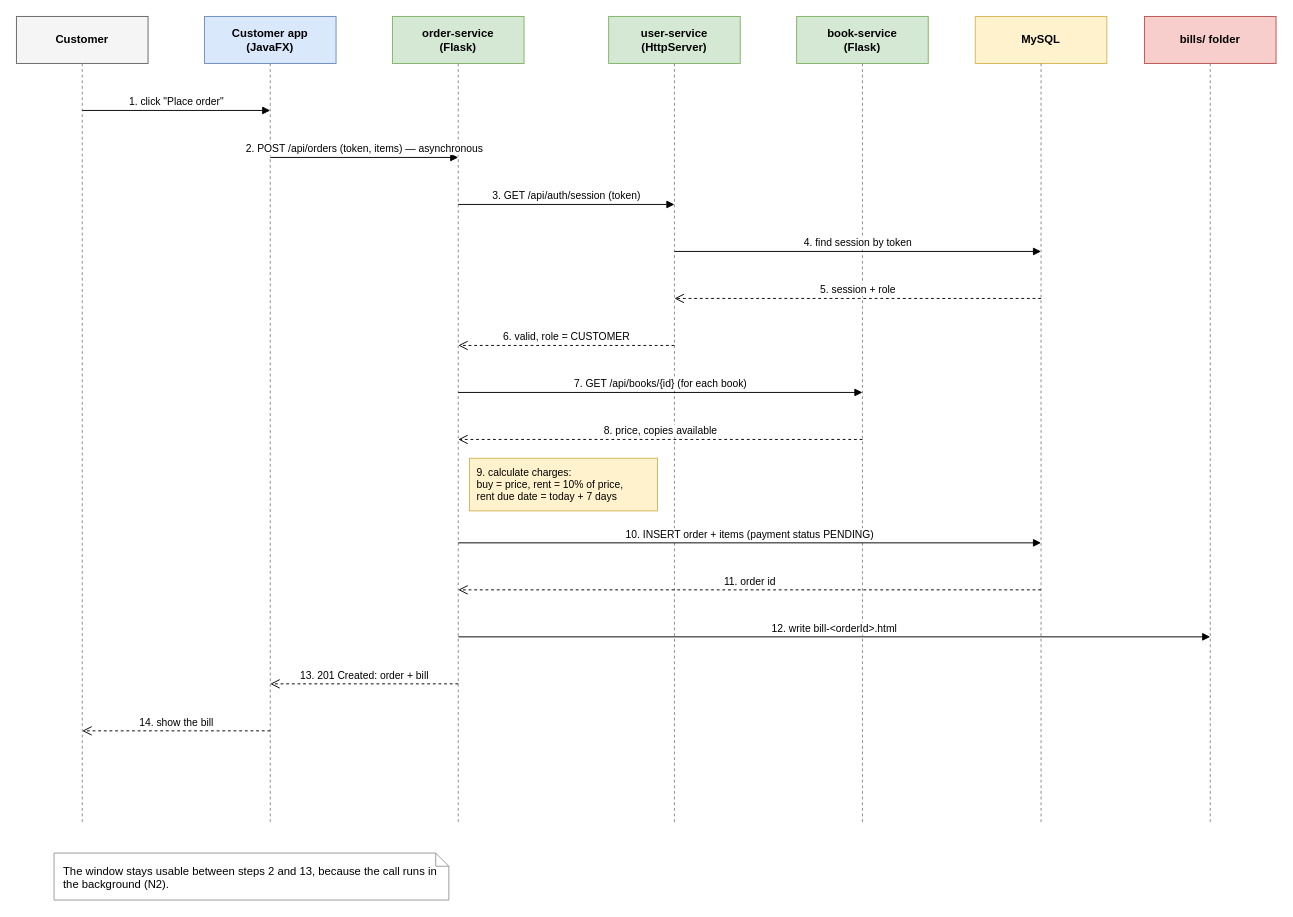
The draw.io diagram docs/02-design/diagrams/sequence-place-order.drawio in KFUPMer/csce310-bookstore, before the edit. Source tidied: cells renumbered, new cells numbered last; positions are measured from the earlier drawing's top-left corner, leaving out a move shared by most shapes. Both pictures are drawn from the tidied source at 94%, with x=0, y=0 at pixel (16, 16).
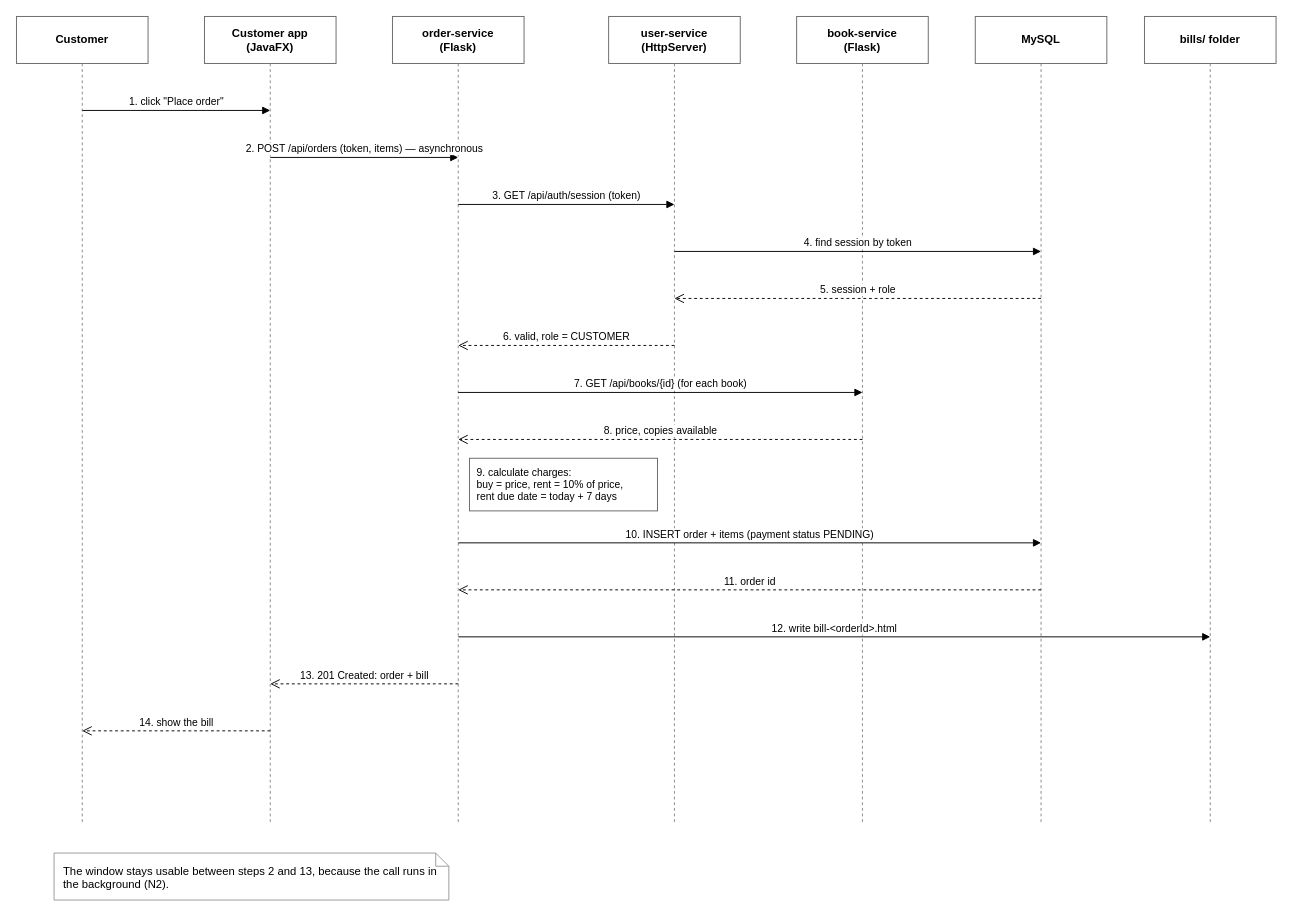
Above is the later version.

The edit, as a diff of the source:
```diff
@@
-    <mxCell id="2" value="Customer" style="rounded=0;whiteSpace=wrap;html=1;fontStyle=1;fontSize=12;fillColor=#f5f5f5;strokeColor=#666666;" parent="1" vertex="1">
+    <mxCell id="2" value="Customer" style="rounded=0;whiteSpace=wrap;html=1;fontStyle=1;fontSize=12;fillColor=#ffffff;strokeColor=#666666;" parent="1" vertex="1">
       <mxGeometry width="140" height="50" as="geometry" />
     </mxCell>
@@
-    <mxCell id="4" value="Customer app&lt;br&gt;(JavaFX)" style="rounded=0;whiteSpace=wrap;html=1;fontStyle=1;fontSize=12;fillColor=#dae8fc;strokeColor=#6c8ebf;" parent="1" vertex="1">
+    <mxCell id="4" value="Customer app&lt;br&gt;(JavaFX)" style="rounded=0;whiteSpace=wrap;html=1;fontStyle=1;fontSize=12;fillColor=#ffffff;strokeColor=#666666;" parent="1" vertex="1">
       <mxGeometry x="200" width="140" height="50" as="geometry" />
     </mxCell>
@@
-    <mxCell id="6" value="order-service&lt;br&gt;(Flask)" style="rounded=0;whiteSpace=wrap;html=1;fontStyle=1;fontSize=12;fillColor=#d5e8d4;strokeColor=#82b366;" parent="1" vertex="1">
+    <mxCell id="6" value="order-service&lt;br&gt;(Flask)" style="rounded=0;whiteSpace=wrap;html=1;fontStyle=1;fontSize=12;fillColor=#ffffff;strokeColor=#666666;" parent="1" vertex="1">
       <mxGeometry x="400" width="140" height="50" as="geometry" />
     </mxCell>
@@
-    <mxCell id="8" value="user-service&lt;br&gt;(HttpServer)" style="rounded=0;whiteSpace=wrap;html=1;fontStyle=1;fontSize=12;fillColor=#d5e8d4;strokeColor=#82b366;" parent="1" vertex="1">
+    <mxCell id="8" value="user-service&lt;br&gt;(HttpServer)" style="rounded=0;whiteSpace=wrap;html=1;fontStyle=1;fontSize=12;fillColor=#ffffff;strokeColor=#666666;" parent="1" vertex="1">
       <mxGeometry x="630" width="140" height="50" as="geometry" />
     </mxCell>
@@
-    <mxCell id="10" value="book-service&lt;br&gt;(Flask)" style="rounded=0;whiteSpace=wrap;html=1;fontStyle=1;fontSize=12;fillColor=#d5e8d4;strokeColor=#82b366;" parent="1" vertex="1">
+    <mxCell id="10" value="book-service&lt;br&gt;(Flask)" style="rounded=0;whiteSpace=wrap;html=1;fontStyle=1;fontSize=12;fillColor=#ffffff;strokeColor=#666666;" parent="1" vertex="1">
       <mxGeometry x="830" width="140" height="50" as="geometry" />
     </mxCell>
@@
-    <mxCell id="12" value="MySQL" style="rounded=0;whiteSpace=wrap;html=1;fontStyle=1;fontSize=12;fillColor=#fff2cc;strokeColor=#d6b656;" parent="1" vertex="1">
+    <mxCell id="12" value="MySQL" style="rounded=0;whiteSpace=wrap;html=1;fontStyle=1;fontSize=12;fillColor=#ffffff;strokeColor=#666666;" parent="1" vertex="1">
       <mxGeometry x="1020" width="140" height="50" as="geometry" />
     </mxCell>
@@
-    <mxCell id="14" value="bills/ folder" style="rounded=0;whiteSpace=wrap;html=1;fontStyle=1;fontSize=12;fillColor=#f8cecc;strokeColor=#b85450;" parent="1" vertex="1">
+    <mxCell id="14" value="bills/ folder" style="rounded=0;whiteSpace=wrap;html=1;fontStyle=1;fontSize=12;fillColor=#ffffff;strokeColor=#666666;" parent="1" vertex="1">
       <mxGeometry x="1200" width="140" height="50" as="geometry" />
     </mxCell>
@@
-    <mxCell id="24" value="9. calculate charges:&lt;br&gt;buy = price, rent = 10% of price,&lt;br&gt;rent due date = today + 7 days" style="rounded=0;whiteSpace=wrap;html=1;fontSize=11;align=left;spacingLeft=6;fillColor=#fff2cc;strokeColor=#d6b656;" parent="1" vertex="1">
+    <mxCell id="24" value="9. calculate charges:&lt;br&gt;buy = price, rent = 10% of price,&lt;br&gt;rent due date = today + 7 days" style="rounded=0;whiteSpace=wrap;html=1;fontSize=11;align=left;spacingLeft=6;fillColor=#ffffff;strokeColor=#666666;" parent="1" vertex="1">
       <mxGeometry x="482" y="470" width="200" height="56" as="geometry" />
     </mxCell>
```
